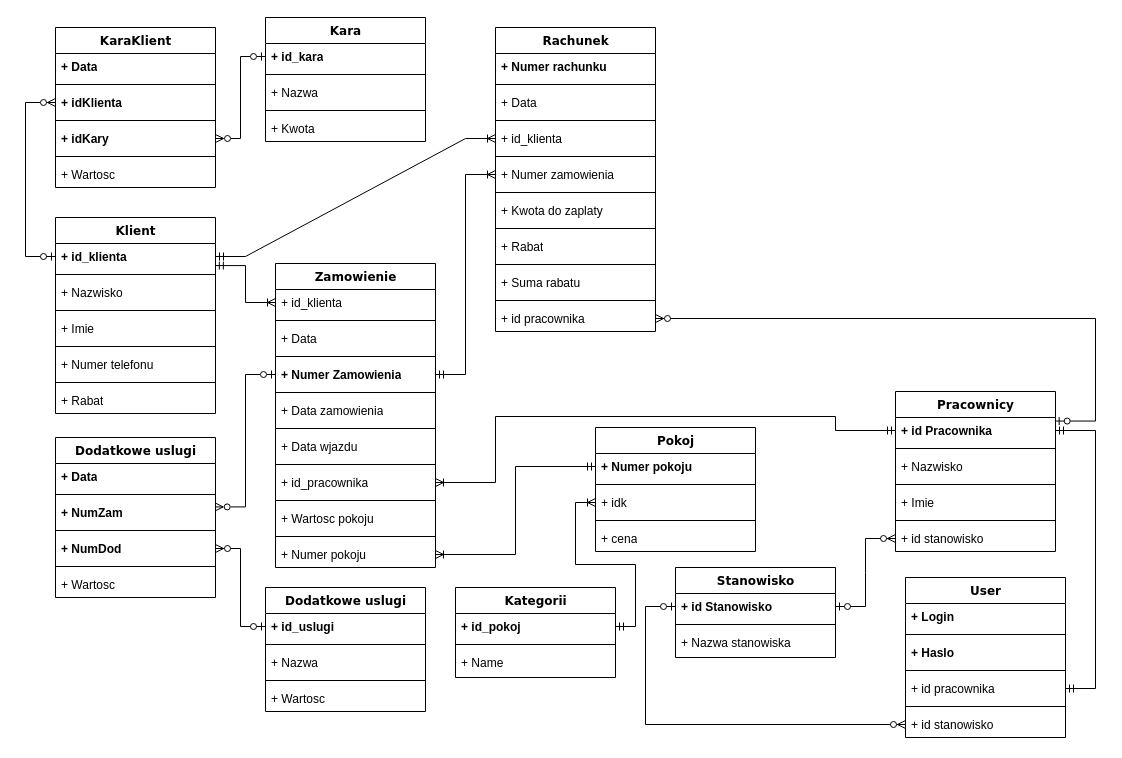
Above: Hotel California.drawio in DemskyiDm/Horyzont (draw.io), before the change. Source tidied: cells renumbered, new cells numbered last; positions are measured from the earlier drawing's top-left corner, leaving out a move shared by most shapes. Both pictures are drawn from the tidied source at 100%, with x=0, y=0 at pixel (25, 17).
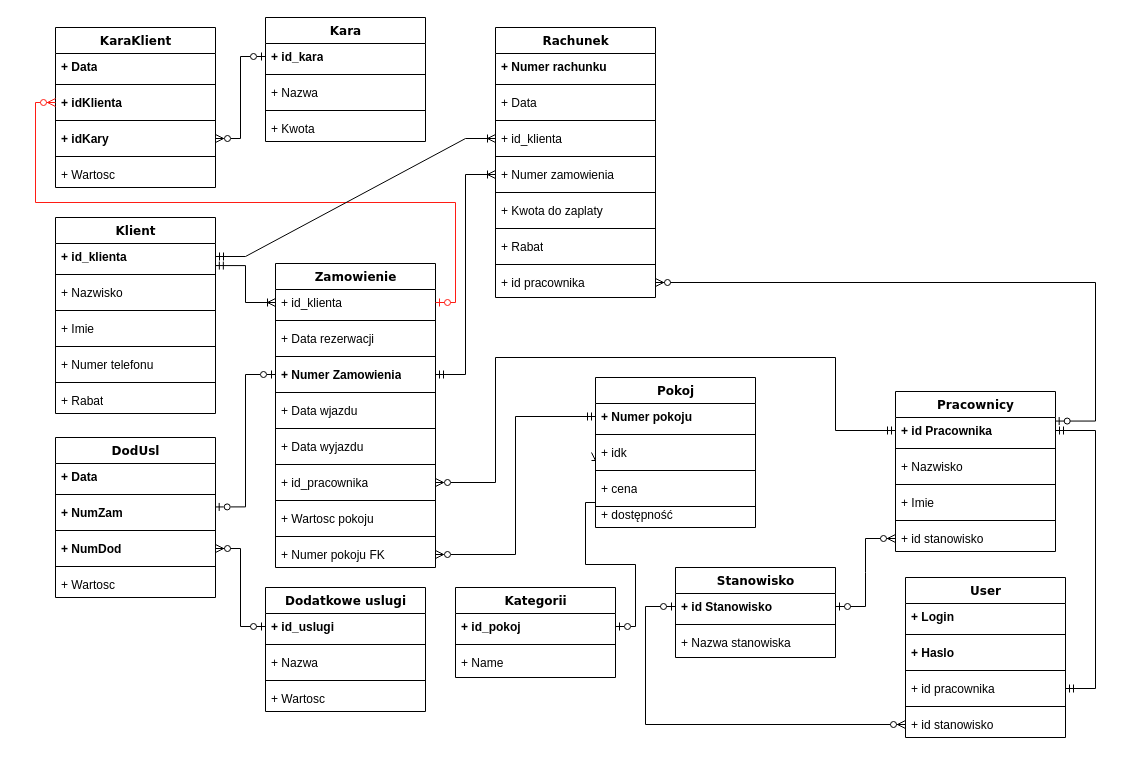
Above is the later version.

The change refers to these unchanged cells:
```xml
<mxCell id="16" value="&lt;b&gt;+ idKlienta&lt;/b&gt;" style="text;html=1;strokeColor=none;fillColor=none;align=left;verticalAlign=top;spacingLeft=4;spacingRight=4;whiteSpace=wrap;overflow=hidden;points=[[0,0.5],[1,0.5]];portConstraint=eastwest;" parent="13" vertex="1">
  <mxGeometry y="62" width="160" height="26" as="geometry" />
</mxCell>
<mxCell id="22" value="&lt;b&gt;+ id_klienta&lt;/b&gt;" style="text;html=1;strokeColor=none;fillColor=none;align=left;verticalAlign=top;spacingLeft=4;spacingRight=4;whiteSpace=wrap;overflow=hidden;points=[[0,0.5],[1,0.5]];portConstraint=eastwest;" parent="21" vertex="1">
  <mxGeometry y="26" width="160" height="26" as="geometry" />
</mxCell>
<mxCell id="40" value="&lt;b&gt;+ NumZam&lt;/b&gt;" style="text;html=1;strokeColor=none;fillColor=none;align=left;verticalAlign=top;spacingLeft=4;spacingRight=4;whiteSpace=wrap;overflow=hidden;points=[[0,0.5],[1,0.5]];portConstraint=eastwest;" parent="37" vertex="1">
  <mxGeometry y="62" width="160" height="26" as="geometry" />
</mxCell>
<mxCell id="45" value="Zamowienie" style="swimlane;html=1;fontStyle=1;align=center;verticalAlign=top;horizontal=1;startSize=26;swimlaneFillColor=#ffffff;rounded=0;shadow=0;comic=0;labelBackgroundColor=none;strokeWidth=1;fillColor=none;fontFamily=Verdana;fontSize=12;strokeColor=#000000;" parent="1" vertex="1">
  <mxGeometry x="250" y="246" width="160" height="304" as="geometry" />
</mxCell>
<mxCell id="46" value="+ id_klienta" style="text;html=1;strokeColor=none;fillColor=none;align=left;verticalAlign=top;spacingLeft=4;spacingRight=4;whiteSpace=wrap;overflow=hidden;points=[[0,0.5],[1,0.5]];portConstraint=eastwest;" parent="45" vertex="1">
  <mxGeometry y="26" width="160" height="26" as="geometry" />
</mxCell>
<mxCell id="50" value="&lt;b&gt;+ Numer Zamowienia&lt;/b&gt;" style="text;html=1;strokeColor=none;fillColor=none;align=left;verticalAlign=top;spacingLeft=4;spacingRight=4;whiteSpace=wrap;overflow=hidden;points=[[0,0.5],[1,0.5]];portConstraint=eastwest;" parent="45" vertex="1">
  <mxGeometry y="98" width="160" height="26" as="geometry" />
</mxCell>
<mxCell id="56" value="+ id_pracownika" style="text;html=1;strokeColor=none;fillColor=none;align=left;verticalAlign=top;spacingLeft=4;spacingRight=4;whiteSpace=wrap;overflow=hidden;points=[[0,0.5],[1,0.5]];portConstraint=eastwest;" parent="45" vertex="1">
  <mxGeometry y="206" width="160" height="26" as="geometry" />
</mxCell>
<mxCell id="75" value="&lt;b&gt;+ id Pracownika&lt;/b&gt;" style="text;html=1;strokeColor=none;fillColor=none;align=left;verticalAlign=top;spacingLeft=4;spacingRight=4;whiteSpace=wrap;overflow=hidden;points=[[0,0.5],[1,0.5]];portConstraint=eastwest;" parent="74" vertex="1">
  <mxGeometry y="26" width="160" height="26" as="geometry" />
</mxCell>
<mxCell id="85" value="&lt;b&gt;+ id_pokoj&lt;/b&gt;" style="text;html=1;strokeColor=none;fillColor=none;align=left;verticalAlign=top;spacingLeft=4;spacingRight=4;whiteSpace=wrap;overflow=hidden;points=[[0,0.5],[1,0.5]];portConstraint=eastwest;" parent="84" vertex="1">
  <mxGeometry y="26" width="160" height="26" as="geometry" />
</mxCell>
<mxCell id="89" value="&lt;b&gt;+ Numer pokoju&lt;/b&gt;" style="text;html=1;strokeColor=none;fillColor=none;align=left;verticalAlign=top;spacingLeft=4;spacingRight=4;whiteSpace=wrap;overflow=hidden;points=[[0,0.5],[1,0.5]];portConstraint=eastwest;" parent="88" vertex="1">
  <mxGeometry y="26" width="160" height="26" as="geometry" />
</mxCell>
<mxCell id="91" value="+ idk" style="text;html=1;strokeColor=none;fillColor=none;align=left;verticalAlign=top;spacingLeft=4;spacingRight=4;whiteSpace=wrap;overflow=hidden;points=[[0,0.5],[1,0.5]];portConstraint=eastwest;" parent="88" vertex="1">
  <mxGeometry y="62" width="160" height="26" as="geometry" />
</mxCell>
```

What changed in the source:
```diff
@@
-    <mxCell id="9" style="edgeStyle=orthogonalEdgeStyle;fontSize=12;html=1;endArrow=ERoneToMany;startArrow=ERmandOne;rounded=0;entryX=0;entryY=0.5;entryDx=0;entryDy=0;exitX=1;exitY=0.5;exitDx=0;exitDy=0;" parent="1" edge="1" source="85" target="91">
+    <mxCell id="9" style="edgeStyle=orthogonalEdgeStyle;fontSize=12;html=1;endArrow=ERoneToMany;startArrow=ERzeroToOne;rounded=0;entryX=0;entryY=0.5;entryDx=0;entryDy=0;exitX=1;exitY=0.5;exitDx=0;exitDy=0;startFill=0;" parent="1" edge="1" source="85" target="91">
       <mxGeometry relative="1" as="geometry">
         <Array as="points">
           <mxPoint x="610" y="609" />
           <mxPoint x="610" y="547" />
-          <mxPoint x="550" y="547" />
-          <mxPoint x="550" y="485" />
+          <mxPoint x="560" y="547" />
+          <mxPoint x="560" y="485" />
         </Array>
       </mxGeometry>
     </mxCell>
@@
-    <mxCell id="11" style="edgeStyle=orthogonalEdgeStyle;fontSize=12;html=1;endArrow=ERzeroToOne;startArrow=ERzeroToMany;rounded=0;exitX=0.998;exitY=0.286;exitDx=0;exitDy=0;entryX=0;entryY=0.5;entryDx=0;entryDy=0;exitPerimeter=0;startFill=0;endFill=0;" parent="1" edge="1" source="40" target="50">
+    <mxCell id="11" style="edgeStyle=orthogonalEdgeStyle;fontSize=12;html=1;endArrow=ERzeroToOne;startArrow=ERzeroToOne;rounded=0;exitX=0.998;exitY=0.286;exitDx=0;exitDy=0;entryX=0;entryY=0.5;entryDx=0;entryDy=0;exitPerimeter=0;startFill=0;endFill=0;" parent="1" edge="1" source="40" target="50">
       <mxGeometry relative="1" as="geometry" />
     </mxCell>
@@
-    <mxCell id="37" value="Dodatkowe uslugi" style="swimlane;html=1;fontStyle=1;align=center;verticalAlign=top;horizontal=1;startSize=26;swimlaneFillColor=#ffffff;rounded=0;shadow=0;comic=0;labelBackgroundColor=none;strokeWidth=1;fillColor=none;fontFamily=Verdana;fontSize=12;strokeColor=#000000;" parent="1" vertex="1">
+    <mxCell id="37" value="DodUsl" style="swimlane;html=1;fontStyle=1;align=center;verticalAlign=top;horizontal=1;startSize=26;swimlaneFillColor=#ffffff;rounded=0;shadow=0;comic=0;labelBackgroundColor=none;strokeWidth=1;fillColor=none;fontFamily=Verdana;fontSize=12;strokeColor=#000000;" parent="1" vertex="1">
       <mxGeometry x="30" y="420" width="160" height="160" as="geometry" />
     </mxCell>
@@
-    <mxCell id="48" value="+ Data" style="text;html=1;strokeColor=none;fillColor=none;align=left;verticalAlign=top;spacingLeft=4;spacingRight=4;whiteSpace=wrap;overflow=hidden;" parent="45" vertex="1">
+    <mxCell id="48" value="+ Data rezerwacji" style="text;html=1;align=left;verticalAlign=top;spacingLeft=4;spacingRight=4;whiteSpace=wrap;overflow=hidden;" parent="45" vertex="1">
       <mxGeometry y="62" width="160" height="26" as="geometry" />
     </mxCell>
@@
-    <mxCell id="52" value="+ Data zamowienia" style="text;html=1;strokeColor=none;fillColor=none;align=left;verticalAlign=top;spacingLeft=4;spacingRight=4;whiteSpace=wrap;overflow=hidden;" parent="45" vertex="1">
+    <mxCell id="52" value="&lt;span style=&quot;background-color: rgb(255, 255, 255);&quot;&gt;+ Data wjazdu&lt;/span&gt;" style="text;html=1;strokeColor=none;fillColor=none;align=left;verticalAlign=top;spacingLeft=4;spacingRight=4;whiteSpace=wrap;overflow=hidden;" parent="45" vertex="1">
       <mxGeometry y="134" width="160" height="26" as="geometry" />
     </mxCell>
@@
-    <mxCell id="54" value="+ Data wjazdu" style="text;html=1;strokeColor=none;fillColor=none;align=left;verticalAlign=top;spacingLeft=4;spacingRight=4;whiteSpace=wrap;overflow=hidden;" parent="45" vertex="1">
+    <mxCell id="54" value="+ Data wyjazdu" style="text;html=1;align=left;verticalAlign=top;spacingLeft=4;spacingRight=4;whiteSpace=wrap;overflow=hidden;" parent="45" vertex="1">
       <mxGeometry y="170" width="160" height="26" as="geometry" />
     </mxCell>
@@
-    <mxCell id="60" value="+ Numer pokoju" style="text;html=1;strokeColor=none;fillColor=none;align=left;verticalAlign=top;spacingLeft=4;spacingRight=4;whiteSpace=wrap;overflow=hidden;points=[[0,0.5],[1,0.5]];portConstraint=eastwest;" parent="45" vertex="1">
+    <mxCell id="60" value="+ Numer pokoju FK" style="text;html=1;strokeColor=none;fillColor=none;align=left;verticalAlign=top;spacingLeft=4;spacingRight=4;whiteSpace=wrap;overflow=hidden;points=[[0,0.5],[1,0.5]];portConstraint=eastwest;" parent="45" vertex="1">
       <mxGeometry y="278" width="160" height="26" as="geometry" />
     </mxCell>
-    <mxCell id="61" style="fontSize=12;html=1;endArrow=ERzeroToMany;startArrow=ERzeroToOne;exitX=0;exitY=0.5;exitDx=0;exitDy=0;entryX=0;entryY=0.5;entryDx=0;entryDy=0;rounded=0;edgeStyle=orthogonalEdgeStyle;" parent="1" edge="1" source="22" target="16">
+    <mxCell id="61" style="fontSize=12;html=1;endArrow=ERzeroToMany;startArrow=ERzeroToOne;exitX=1;exitY=0.5;exitDx=0;exitDy=0;entryX=0;entryY=0.5;entryDx=0;entryDy=0;rounded=0;edgeStyle=orthogonalEdgeStyle;strokeColor=#FF1C14;" parent="1" edge="1" source="46" target="16">
       <mxGeometry relative="1" as="geometry">
         <Array as="points">
-          <mxPoint y="239" />
-          <mxPoint y="85" />
+          <mxPoint x="430" y="285" />
+          <mxPoint x="430" y="185" />
+          <mxPoint x="10" y="185" />
+          <mxPoint x="10" y="85" />
         </Array>
       </mxGeometry>
     </mxCell>
@@
     <mxCell id="88" value="Pokoj" style="swimlane;html=1;fontStyle=1;align=center;verticalAlign=top;horizontal=1;startSize=26;swimlaneFillColor=#ffffff;rounded=0;shadow=0;comic=0;labelBackgroundColor=none;strokeWidth=1;fillColor=none;fontFamily=Verdana;fontSize=12;strokeColor=#000000;" parent="1" vertex="1">
-      <mxGeometry x="570" y="410" width="160" height="124" as="geometry" />
+      <mxGeometry x="570" y="360" width="160" height="150" as="geometry" />
     </mxCell>
@@
     <mxCell id="93" value="+ cena" style="text;html=1;strokeColor=none;fillColor=none;align=left;verticalAlign=top;spacingLeft=4;spacingRight=4;whiteSpace=wrap;overflow=hidden;" parent="88" vertex="1">
-      <mxGeometry y="98" width="160" height="26" as="geometry" />
+      <mxGeometry y="98" width="160" height="52" as="geometry" />
     </mxCell>
     <mxCell id="94" value="Rachunek" style="swimlane;html=1;fontStyle=1;align=center;verticalAlign=top;horizontal=1;startSize=26;swimlaneFillColor=#ffffff;rounded=0;shadow=0;comic=0;labelBackgroundColor=none;strokeWidth=1;fillColor=none;fontFamily=Verdana;fontSize=12;strokeColor=#000000;" parent="1" vertex="1">
-      <mxGeometry x="470" y="10" width="160" height="304" as="geometry" />
+      <mxGeometry x="470" y="10" width="160" height="270" as="geometry" />
     </mxCell>
@@
-    <mxCell id="107" value="+ Suma rabatu" style="text;html=1;strokeColor=none;fillColor=none;align=left;verticalAlign=top;spacingLeft=4;spacingRight=4;whiteSpace=wrap;overflow=hidden;" parent="94" vertex="1">
-      <mxGeometry y="242" width="160" height="26" as="geometry" />
-    </mxCell>
-    <mxCell id="108" style="line;strokeWidth=1;dashed=0;labelPosition=right;align=left;verticalAlign=middle;spacingTop=0;spacingLeft=6;strokeColor=#000000;" parent="94" vertex="1">
-      <mxGeometry y="268" width="160" height="10" as="geometry" />
-    </mxCell>
     <mxCell id="109" value="+ id pracownika" style="text;html=1;strokeColor=none;fillColor=none;align=left;verticalAlign=top;spacingLeft=4;spacingRight=4;whiteSpace=wrap;overflow=hidden;points=[[0,0.5],[1,0.5]];portConstraint=eastwest;" parent="94" vertex="1">
-      <mxGeometry y="278" width="160" height="26" as="geometry" />
+      <mxGeometry y="242" width="160" height="26" as="geometry" />
     </mxCell>
-    <mxCell id="110" style="edgeStyle=orthogonalEdgeStyle;fontSize=12;html=1;endArrow=ERoneToMany;startArrow=ERmandOne;rounded=0;exitX=0;exitY=0.5;exitDx=0;exitDy=0;entryX=1;entryY=0.5;entryDx=0;entryDy=0;startFill=0;endFill=0;" parent="1" edge="1" source="75" target="56">
+    <mxCell id="110" style="edgeStyle=orthogonalEdgeStyle;fontSize=12;html=1;endArrow=ERzeroToMany;startArrow=ERmandOne;rounded=0;exitX=0;exitY=0.5;exitDx=0;exitDy=0;entryX=1;entryY=0.5;entryDx=0;entryDy=0;startFill=0;endFill=0;" parent="1" edge="1" source="75" target="56">
       <mxGeometry relative="1" as="geometry">
         <Array as="points">
           <mxPoint x="810" y="413" />
-          <mxPoint x="810" y="399" />
-          <mxPoint x="470" y="399" />
+          <mxPoint x="810" y="340" />
+          <mxPoint x="470" y="340" />
           <mxPoint x="470" y="465" />
         </Array>
       </mxGeometry>
     </mxCell>
@@
-    <mxCell id="114" style="edgeStyle=orthogonalEdgeStyle;fontSize=12;html=1;endArrow=ERoneToMany;startArrow=ERmandOne;rounded=0;exitX=0;exitY=0.5;exitDx=0;exitDy=0;entryX=1;entryY=0.5;entryDx=0;entryDy=0;" parent="1" edge="1" source="89" target="60">
+    <mxCell id="114" style="edgeStyle=orthogonalEdgeStyle;fontSize=12;html=1;endArrow=ERzeroToMany;startArrow=ERmandOne;rounded=0;exitX=0;exitY=0.5;exitDx=0;exitDy=0;entryX=1;entryY=0.5;entryDx=0;entryDy=0;endFill=0;" parent="1" edge="1" source="89" target="60">
       <mxGeometry relative="1" as="geometry" />
     </mxCell>
@@
+    <mxCell id="116" value="+ dostępność" style="text;html=1;strokeColor=none;fillColor=none;align=left;verticalAlign=top;spacingLeft=4;spacingRight=4;whiteSpace=wrap;overflow=hidden;" parent="1" vertex="1">
+      <mxGeometry x="570" y="484" width="160" height="26" as="geometry" />
+    </mxCell>
+    <mxCell id="117" style="line;strokeWidth=1;dashed=0;labelPosition=right;align=left;verticalAlign=middle;spacingTop=0;spacingLeft=6;strokeColor=#000000;" parent="1" vertex="1">
+      <mxGeometry x="570" y="484" width="160" height="10" as="geometry" />
+    </mxCell>
```
